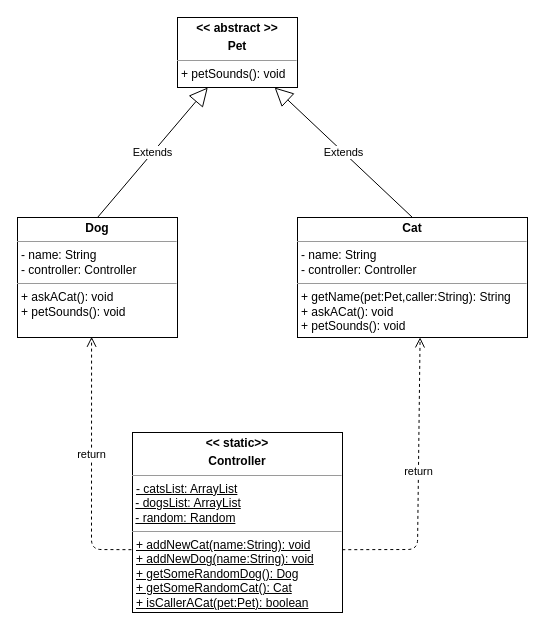
The draw.io diagram AskACat.drawio in HolgerSin/12a_AskACat_1, before the edit. Source tidied: cells renumbered, new cells numbered last; positions are measured from the earlier drawing's top-left corner, leaving out a move shared by most shapes. Both pictures are drawn from the tidied source at 100%, with x=0, y=0 at pixel (17, 17).
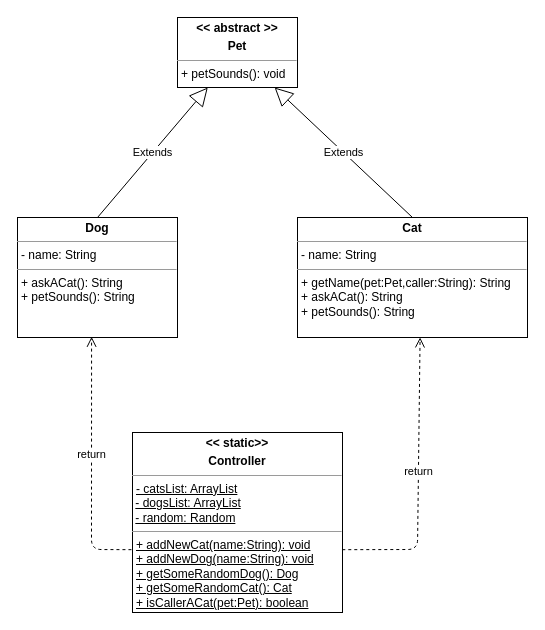
The same diagram, later.

What changed in the source:
```diff
@@
 <mxGraphModel>
   <root>
     <mxCell id="0" />
     <mxCell id="1" parent="0" />
-    <mxCell id="2" value="&lt;p style=&quot;margin: 0px ; margin-top: 4px ; text-align: center&quot;&gt;&lt;b&gt;Cat&lt;/b&gt;&lt;/p&gt;&lt;hr size=&quot;1&quot;&gt;&lt;p style=&quot;margin: 0px ; margin-left: 4px&quot;&gt;- name: String&lt;/p&gt;&lt;p style=&quot;margin: 0px ; margin-left: 4px&quot;&gt;- controller: Controller&lt;br&gt;&lt;/p&gt;&lt;hr size=&quot;1&quot;&gt;&lt;p style=&quot;margin: 0px ; margin-left: 4px&quot;&gt;&lt;span&gt;+ getName(pet:Pet,caller:String): String&lt;/span&gt;&lt;br&gt;&lt;/p&gt;&lt;p style=&quot;margin: 0px ; margin-left: 4px&quot;&gt;+ askACat(): void&lt;br&gt;&lt;/p&gt;&lt;p style=&quot;margin: 0px ; margin-left: 4px&quot;&gt;+ petSounds(): void&lt;br&gt;&lt;/p&gt;" style="verticalAlign=top;align=left;overflow=fill;fontSize=12;fontFamily=Helvetica;html=1;" parent="1" vertex="1">
+    <mxCell id="2" value="&lt;p style=&quot;margin: 0px ; margin-top: 4px ; text-align: center&quot;&gt;&lt;b&gt;Cat&lt;/b&gt;&lt;/p&gt;&lt;hr size=&quot;1&quot;&gt;&lt;p style=&quot;margin: 0px ; margin-left: 4px&quot;&gt;- name: String&lt;/p&gt;&lt;hr size=&quot;1&quot;&gt;&lt;p style=&quot;margin: 0px ; margin-left: 4px&quot;&gt;&lt;span&gt;+ getName(pet:Pet,caller:String): String&lt;/span&gt;&lt;br&gt;&lt;/p&gt;&lt;p style=&quot;margin: 0px ; margin-left: 4px&quot;&gt;+ askACat(): String&lt;br&gt;&lt;/p&gt;&lt;p style=&quot;margin: 0px ; margin-left: 4px&quot;&gt;+ petSounds(): String&lt;br&gt;&lt;/p&gt;" style="verticalAlign=top;align=left;overflow=fill;fontSize=12;fontFamily=Helvetica;html=1;" parent="1" vertex="1">
       <mxGeometry x="280" y="200" width="230" height="120" as="geometry" />
     </mxCell>
     <mxCell id="3" value="&lt;p style=&quot;margin: 0px ; margin-top: 4px ; text-align: center&quot;&gt;&lt;b&gt;&amp;lt;&amp;lt; static&amp;gt;&amp;gt;&lt;/b&gt;&lt;b&gt;&lt;br&gt;&lt;/b&gt;&lt;/p&gt;&lt;p style=&quot;margin: 0px ; margin-top: 4px ; text-align: center&quot;&gt;&lt;b&gt;Controller&lt;/b&gt;&lt;/p&gt;&lt;hr size=&quot;1&quot;&gt;&lt;p style=&quot;margin: 0px ; margin-left: 4px&quot;&gt;&lt;u&gt;- catsList: ArrayList&lt;/u&gt;&lt;/p&gt;&amp;nbsp;&lt;u&gt;- dogsList: ArrayList&lt;/u&gt;&lt;br&gt;&amp;nbsp;&lt;u&gt;- random: Random&lt;/u&gt;&lt;br&gt;&lt;hr size=&quot;1&quot;&gt;&lt;p style=&quot;margin: 0px ; margin-left: 4px&quot;&gt;&lt;u&gt;+ addNewCat(name:String): void&lt;/u&gt;&lt;/p&gt;&lt;p style=&quot;margin: 0px ; margin-left: 4px&quot;&gt;&lt;u&gt;+ addNewDog(name:String): void&lt;br&gt;&lt;/u&gt;&lt;/p&gt;&lt;p style=&quot;margin: 0px ; margin-left: 4px&quot;&gt;&lt;u&gt;+ getSomeRandomDog(): Dog&lt;br&gt;&lt;/u&gt;&lt;/p&gt;&lt;p style=&quot;margin: 0px ; margin-left: 4px&quot;&gt;&lt;u&gt;+ getSomeRandomCat(): Cat&lt;br&gt;&lt;/u&gt;&lt;/p&gt;&lt;p style=&quot;margin: 0px ; margin-left: 4px&quot;&gt;&lt;u&gt;+ isCallerACat(pet:Pet): boolean&lt;/u&gt;&lt;br&gt;&lt;/p&gt;&lt;p style=&quot;margin: 0px ; margin-left: 4px&quot;&gt;&lt;br&gt;&lt;/p&gt;&lt;p style=&quot;margin: 0px ; margin-left: 4px&quot;&gt;&lt;br&gt;&lt;/p&gt;" style="verticalAlign=top;align=left;overflow=fill;fontSize=12;fontFamily=Helvetica;html=1;" parent="1" vertex="1">
       <mxGeometry x="115" y="415" width="210" height="180" as="geometry" />
     </mxCell>
-    <mxCell id="4" value="&lt;p style=&quot;margin: 0px ; margin-top: 4px ; text-align: center&quot;&gt;&lt;b&gt;Dog&lt;/b&gt;&lt;/p&gt;&lt;hr size=&quot;1&quot;&gt;&lt;p style=&quot;margin: 0px ; margin-left: 4px&quot;&gt;- name: String&lt;/p&gt;&lt;p style=&quot;margin: 0px ; margin-left: 4px&quot;&gt;- controller: Controller&lt;br&gt;&lt;/p&gt;&lt;hr size=&quot;1&quot;&gt;&lt;p style=&quot;margin: 0px ; margin-left: 4px&quot;&gt;&lt;span&gt;+ askACat(): void&lt;/span&gt;&lt;br&gt;&lt;/p&gt;&lt;p style=&quot;margin: 0px ; margin-left: 4px&quot;&gt;+ petSounds(): void&lt;br&gt;&lt;/p&gt;" style="verticalAlign=top;align=left;overflow=fill;fontSize=12;fontFamily=Helvetica;html=1;" parent="1" vertex="1">
+    <mxCell id="4" value="&lt;p style=&quot;margin: 0px ; margin-top: 4px ; text-align: center&quot;&gt;&lt;b&gt;Dog&lt;/b&gt;&lt;/p&gt;&lt;hr size=&quot;1&quot;&gt;&lt;p style=&quot;margin: 0px ; margin-left: 4px&quot;&gt;- name: String&lt;/p&gt;&lt;hr size=&quot;1&quot;&gt;&lt;p style=&quot;margin: 0px ; margin-left: 4px&quot;&gt;&lt;span&gt;+ askACat(): String&lt;/span&gt;&lt;br&gt;&lt;/p&gt;&lt;p style=&quot;margin: 0px ; margin-left: 4px&quot;&gt;+ petSounds(): String&lt;/p&gt;" style="verticalAlign=top;align=left;overflow=fill;fontSize=12;fontFamily=Helvetica;html=1;" parent="1" vertex="1">
       <mxGeometry y="200" width="160" height="120" as="geometry" />
     </mxCell>
     <mxCell id="5" value="&lt;p style=&quot;margin: 0px ; margin-top: 4px ; text-align: center&quot;&gt;&lt;b&gt;&amp;lt;&amp;lt; abstract &amp;gt;&amp;gt;&lt;/b&gt;&lt;/p&gt;&lt;p style=&quot;margin: 0px ; margin-top: 4px ; text-align: center&quot;&gt;&lt;b&gt;Pet&lt;/b&gt;&lt;/p&gt;&lt;hr size=&quot;1&quot;&gt;&lt;p style=&quot;margin: 0px ; margin-left: 4px&quot;&gt;&lt;span&gt;+ petSounds(): void&lt;/span&gt;&lt;br&gt;&lt;/p&gt;" style="verticalAlign=top;align=left;overflow=fill;fontSize=12;fontFamily=Helvetica;html=1;" parent="1" vertex="1">
       <mxGeometry x="160" width="120" height="70" as="geometry" />
     </mxCell>
     <mxCell id="6" value="Extends" style="endArrow=block;endSize=16;endFill=0;html=1;exitX=0.5;exitY=0;exitDx=0;exitDy=0;" parent="1" edge="1" source="2" target="5">
       <mxGeometry relative="1" as="geometry" />
     </mxCell>
     <mxCell id="7" value="Extends" style="endArrow=block;endSize=16;endFill=0;html=1;exitX=0.5;exitY=0;exitDx=0;exitDy=0;" parent="1" edge="1" source="4" target="5">
       <mxGeometry relative="1" as="geometry" />
     </mxCell>
     <mxCell id="8" value="return" style="html=1;verticalAlign=bottom;endArrow=open;dashed=1;endSize=8;entryX=0.463;entryY=0.994;entryDx=0;entryDy=0;entryPerimeter=0;exitX=-0.005;exitY=0.651;exitDx=0;exitDy=0;exitPerimeter=0;" parent="1" edge="1" source="3" target="4">
       <mxGeometry relative="1" as="geometry">
         <Array as="points">
           <mxPoint x="74" y="532" />
         </Array>
       </mxGeometry>
     </mxCell>
     <mxCell id="9" value="return" style="html=1;verticalAlign=bottom;endArrow=open;dashed=1;endSize=8;exitX=0.999;exitY=0.651;exitDx=0;exitDy=0;exitPerimeter=0;entryX=0.533;entryY=0.999;entryDx=0;entryDy=0;entryPerimeter=0;" parent="1" edge="1" source="3" target="2">
       <mxGeometry relative="1" as="geometry">
         <Array as="points">
           <mxPoint x="400" y="532" />
         </Array>
       </mxGeometry>
     </mxCell>
   </root>
 </mxGraphModel>
```
